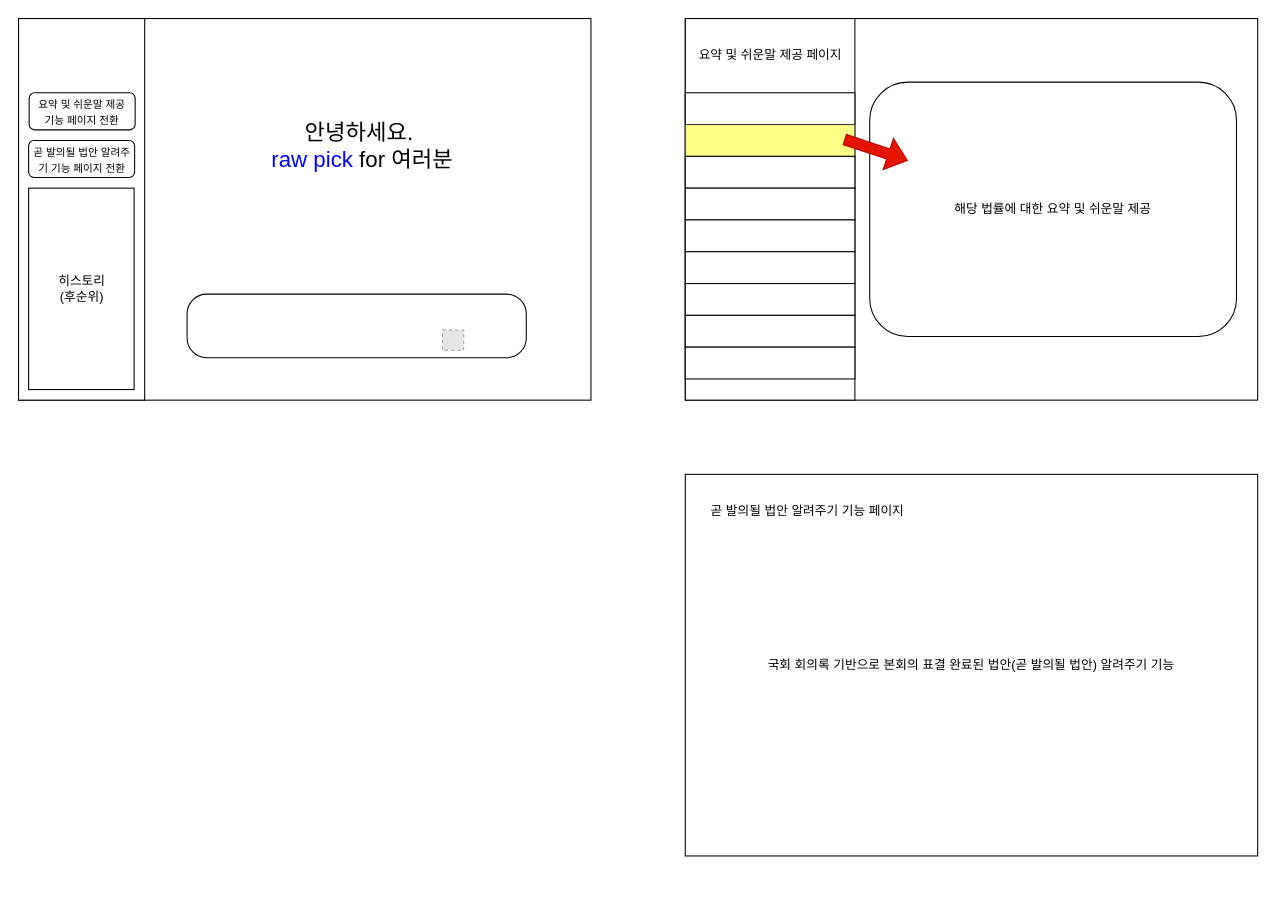
PearlLeeCode/draw-io keeps this draw.io diagram as 제목 없는 다이어그램.drawio. Above is the earlier version. Source tidied: cells renumbered, new cells numbered last; positions are measured from the earlier drawing's top-left corner, leaving out a move shared by most shapes. Both pictures are drawn from the tidied source at 106%, with x=0, y=0 at pixel (18, 18). Pictures stored in the file or linked from it are replaced by grey dashed boxes.
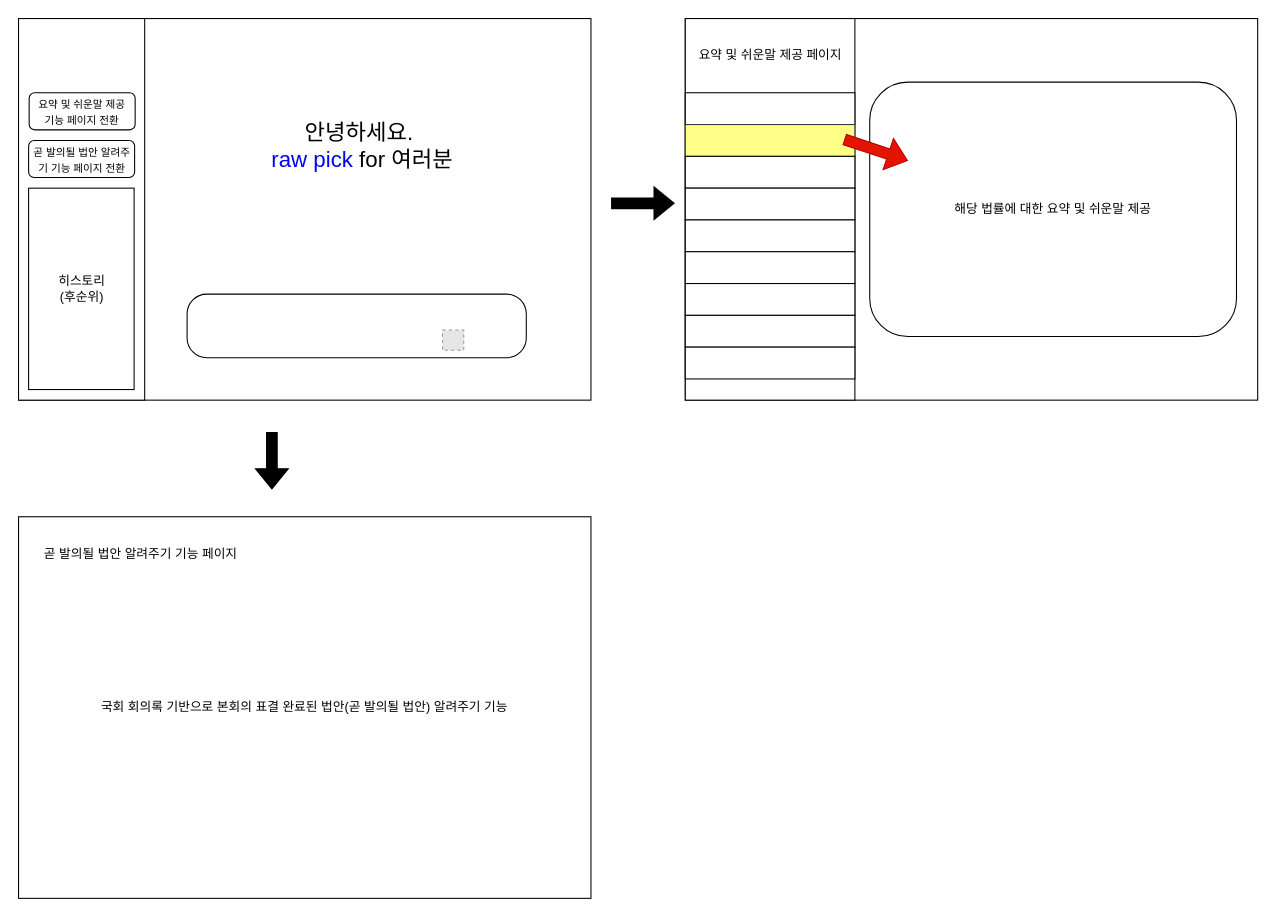
The same diagram, later.

Commit message (it also covers changes not shown here):
제목 없는 다이어그램.drawio 업데이트

What changed in the source:
```diff
@@
     <mxCell id="15" value="국회 회의록 기반으로 본회의 표결 완료된 법안(곧 발의될 법안) 알려주기 기능" style="rounded=0;whiteSpace=wrap;html=1;" parent="1" vertex="1">
-      <mxGeometry x="629" y="430" width="540" height="360" as="geometry" />
+      <mxGeometry y="470" width="540" height="360" as="geometry" />
     </mxCell>
@@
     <mxCell id="25" value="곧 발의될 법안 알려주기 기능 페이지" style="text;html=1;align=center;verticalAlign=middle;strokeColor=none;fillColor=none;" parent="1" vertex="1">
-      <mxGeometry x="639" y="450" width="210" height="30" as="geometry" />
+      <mxGeometry x="10" y="490" width="210" height="30" as="geometry" />
     </mxCell>
+    <mxCell id="26" style="shape=flexArrow;endArrow=classic;html=1;rounded=0;fillColor=#000000;" parent="1" edge="1">
+      <mxGeometry relative="1" as="geometry">
+        <mxPoint x="559" y="174.3" as="sourcePoint" />
+        <mxPoint x="619" y="174.3" as="targetPoint" />
+      </mxGeometry>
+    </mxCell>
+    <mxCell id="27" style="shape=flexArrow;endArrow=classic;html=1;rounded=0;fillColor=#000000;" parent="1" edge="1">
+      <mxGeometry relative="1" as="geometry">
+        <mxPoint x="239" y="390" as="sourcePoint" />
+        <mxPoint x="239" y="444.3" as="targetPoint" />
+      </mxGeometry>
+    </mxCell>
```
